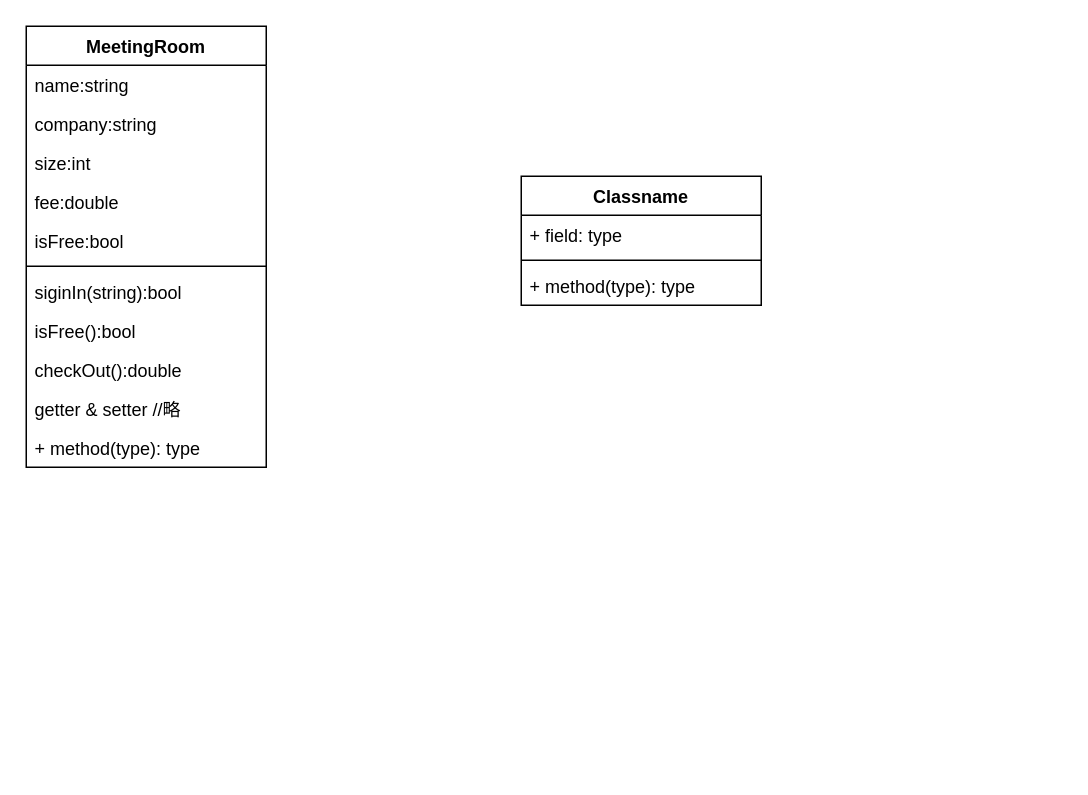
The draw.io diagram 未命名表单.drawio in hehyuan/MyUniv, before the edit. Source tidied: cells renumbered, new cells numbered last; positions are measured from the earlier drawing's top-left corner, leaving out a move shared by most shapes. Both pictures are drawn from the tidied source at 150%, with x=0, y=0 at pixel (26, 26).
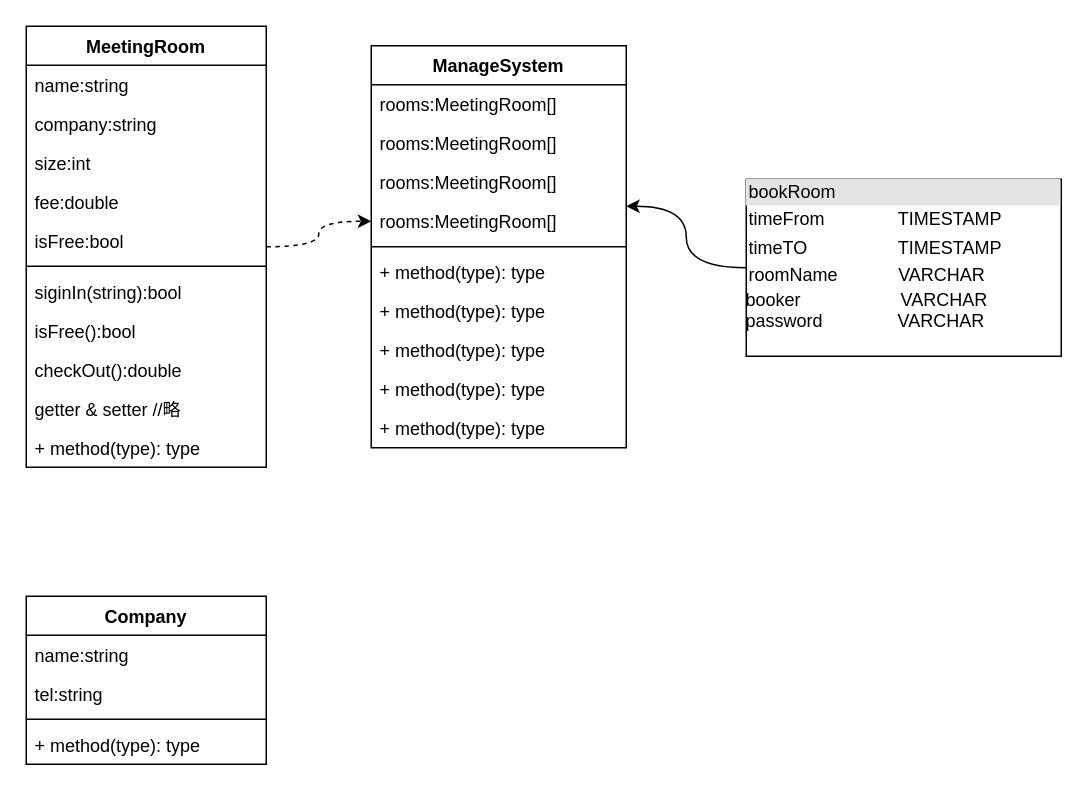
Above is the later version.

Commit message:
Update 未命名表单.drawio

The change refers to these unchanged cells:
```xml
<mxCell id="2" value="MeetingRoom" style="swimlane;fontStyle=1;align=center;verticalAlign=top;horizontal=1;startSize=26;" parent="1" vertex="1">
  <mxGeometry width="160" height="294" as="geometry" />
</mxCell>
```

Change to the diagram source:
```diff
@@
+    <mxCell id="18" style="edgeStyle=orthogonalEdgeStyle;curved=1;rounded=0;jettySize=auto;html=1;dashed=1;" parent="1" edge="1" source="2" target="21">
+      <mxGeometry relative="1" as="geometry" />
+    </mxCell>
@@
-    <mxCell id="14" value="Classname" style="swimlane;fontStyle=1;align=center;verticalAlign=top;horizontal=1;startSize=26;" parent="1" vertex="1">
-      <mxGeometry x="330" y="100" width="160" height="86" as="geometry" />
+    <mxCell id="14" value="ManageSystem" style="swimlane;fontStyle=1;align=center;verticalAlign=top;horizontal=1;startSize=26;" parent="1" vertex="1">
+      <mxGeometry x="230" y="13" width="170" height="268" as="geometry" />
     </mxCell>
-    <mxCell id="15" value="+ field: type" style="text;strokeColor=none;fillColor=none;align=left;verticalAlign=top;spacingLeft=4;spacingRight=4;overflow=hidden;" parent="14" vertex="1">
-      <mxGeometry y="26" width="160" height="26" as="geometry" />
+    <mxCell id="15" value="rooms:MeetingRoom[]" style="text;strokeColor=none;fillColor=none;align=left;verticalAlign=top;spacingLeft=4;spacingRight=4;overflow=hidden;" parent="14" vertex="1">
+      <mxGeometry y="26" width="170" height="26" as="geometry" />
     </mxCell>
+    <mxCell id="19" value="rooms:MeetingRoom[]" style="text;strokeColor=none;fillColor=none;align=left;verticalAlign=top;spacingLeft=4;spacingRight=4;overflow=hidden;" parent="14" vertex="1">
+      <mxGeometry y="52" width="170" height="26" as="geometry" />
+    </mxCell>
+    <mxCell id="20" value="rooms:MeetingRoom[]" style="text;strokeColor=none;fillColor=none;align=left;verticalAlign=top;spacingLeft=4;spacingRight=4;overflow=hidden;" parent="14" vertex="1">
+      <mxGeometry y="78" width="170" height="26" as="geometry" />
+    </mxCell>
+    <mxCell id="21" value="rooms:MeetingRoom[]" style="text;strokeColor=none;fillColor=none;align=left;verticalAlign=top;spacingLeft=4;spacingRight=4;overflow=hidden;points=[[0,0.5],[1,0.5]];portConstraint=eastwest;" parent="14" vertex="1">
+      <mxGeometry y="104" width="170" height="26" as="geometry" />
+    </mxCell>
     <mxCell id="16" style="line;strokeWidth=1;fillColor=none;align=left;verticalAlign=middle;spacingTop=-1;spacingLeft=3;spacingRight=3;labelPosition=right;" parent="14" vertex="1">
-      <mxGeometry y="52" width="160" height="8" as="geometry" />
+      <mxGeometry y="130" width="170" height="8" as="geometry" />
     </mxCell>
     <mxCell id="17" value="+ method(type): type" style="text;strokeColor=none;fillColor=none;align=left;verticalAlign=top;spacingLeft=4;spacingRight=4;overflow=hidden;" parent="14" vertex="1">
-      <mxGeometry y="60" width="160" height="26" as="geometry" />
+      <mxGeometry y="138" width="170" height="26" as="geometry" />
     </mxCell>
+    <mxCell id="22" value="+ method(type): type" style="text;strokeColor=none;fillColor=none;align=left;verticalAlign=top;spacingLeft=4;spacingRight=4;overflow=hidden;" parent="14" vertex="1">
+      <mxGeometry y="164" width="170" height="26" as="geometry" />
+    </mxCell>
+    <mxCell id="23" value="+ method(type): type" style="text;strokeColor=none;fillColor=none;align=left;verticalAlign=top;spacingLeft=4;spacingRight=4;overflow=hidden;" parent="14" vertex="1">
+      <mxGeometry y="190" width="170" height="26" as="geometry" />
+    </mxCell>
+    <mxCell id="24" value="+ method(type): type" style="text;strokeColor=none;fillColor=none;align=left;verticalAlign=top;spacingLeft=4;spacingRight=4;overflow=hidden;" parent="14" vertex="1">
+      <mxGeometry y="216" width="170" height="26" as="geometry" />
+    </mxCell>
+    <mxCell id="25" value="+ method(type): type" style="text;strokeColor=none;fillColor=none;align=left;verticalAlign=top;spacingLeft=4;spacingRight=4;overflow=hidden;" parent="14" vertex="1">
+      <mxGeometry y="242" width="170" height="26" as="geometry" />
+    </mxCell>
+    <mxCell id="26" style="edgeStyle=orthogonalEdgeStyle;curved=1;rounded=0;jettySize=auto;html=1;entryX=1;entryY=0.115;entryDx=0;entryDy=0;entryPerimeter=0;" parent="1" edge="1" source="27" target="21">
+      <mxGeometry relative="1" as="geometry" />
+    </mxCell>
+    <mxCell id="27" value="&lt;div style=&quot;box-sizing: border-box ; width: 100% ; background: #e4e4e4 ; padding: 2px&quot;&gt;bookRoom&lt;/div&gt;&lt;table style=&quot;width: 100% ; font-size: 1em&quot; cellpadding=&quot;2&quot; cellspacing=&quot;0&quot;&gt;&lt;tbody&gt;&lt;tr&gt;&lt;td&gt;timeFrom&lt;/td&gt;&lt;td&gt;&amp;nbsp; TIMESTAMP&lt;/td&gt;&lt;/tr&gt;&lt;tr&gt;&lt;td&gt;timeTO&lt;/td&gt;&lt;td&gt;&amp;nbsp; TIMESTAMP&lt;/td&gt;&lt;/tr&gt;&lt;tr&gt;&lt;td&gt;roomName&lt;/td&gt;&lt;td&gt;&amp;nbsp; VARCHAR&lt;/td&gt;&lt;/tr&gt;&lt;/tbody&gt;&lt;/table&gt;booker&amp;nbsp; &amp;nbsp; &amp;nbsp; &amp;nbsp; &amp;nbsp; &amp;nbsp; &amp;nbsp; &amp;nbsp; &amp;nbsp; &amp;nbsp; VARCHAR&lt;br&gt;password&amp;nbsp; &amp;nbsp; &amp;nbsp; &amp;nbsp; &amp;nbsp; &amp;nbsp; &amp;nbsp; &amp;nbsp;VARCHAR" style="verticalAlign=top;align=left;overflow=fill;html=1;" parent="1" vertex="1">
+      <mxGeometry x="480" y="102" width="210" height="118" as="geometry" />
+    </mxCell>
+    <mxCell id="28" value="Company" style="swimlane;fontStyle=1;align=center;verticalAlign=top;horizontal=1;startSize=26;" parent="1" vertex="1">
+      <mxGeometry y="380" width="160" height="112" as="geometry" />
+    </mxCell>
+    <mxCell id="29" value="name:string" style="text;strokeColor=none;fillColor=none;align=left;verticalAlign=top;spacingLeft=4;spacingRight=4;overflow=hidden;" parent="28" vertex="1">
+      <mxGeometry y="26" width="160" height="26" as="geometry" />
+    </mxCell>
+    <mxCell id="30" value="tel:string" style="text;strokeColor=none;fillColor=none;align=left;verticalAlign=top;spacingLeft=4;spacingRight=4;overflow=hidden;" parent="28" vertex="1">
+      <mxGeometry y="52" width="160" height="26" as="geometry" />
+    </mxCell>
+    <mxCell id="31" style="line;strokeWidth=1;fillColor=none;align=left;verticalAlign=middle;spacingTop=-1;spacingLeft=3;spacingRight=3;labelPosition=right;" parent="28" vertex="1">
+      <mxGeometry y="78" width="160" height="8" as="geometry" />
+    </mxCell>
+    <mxCell id="32" value="+ method(type): type" style="text;strokeColor=none;fillColor=none;align=left;verticalAlign=top;spacingLeft=4;spacingRight=4;overflow=hidden;" parent="28" vertex="1">
+      <mxGeometry y="86" width="160" height="26" as="geometry" />
+    </mxCell>
```
